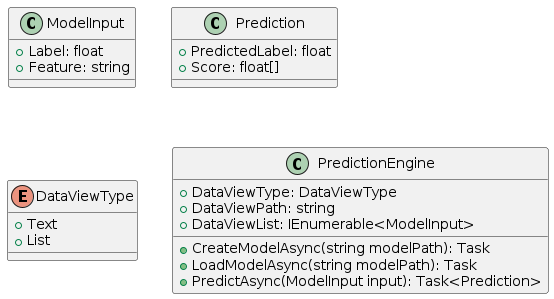
Above: Docs/ClassDiagram.png in VeritasSoftware/WebsiteAIAssistant (PlantUML), before the change.
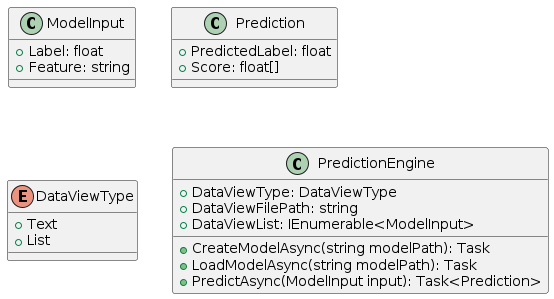
The same diagram one commit later.

The edit, as a diff of the source:
```diff
@@ -20,7 +20,7 @@
 class PredictionEngine
 {
   + DataViewType: DataViewType
-  + DataViewPath: string
+  + DataViewFilePath: string
   + DataViewList: IEnumerable<ModelInput>
 
   + CreateModelAsync(string modelPath): Task
```
